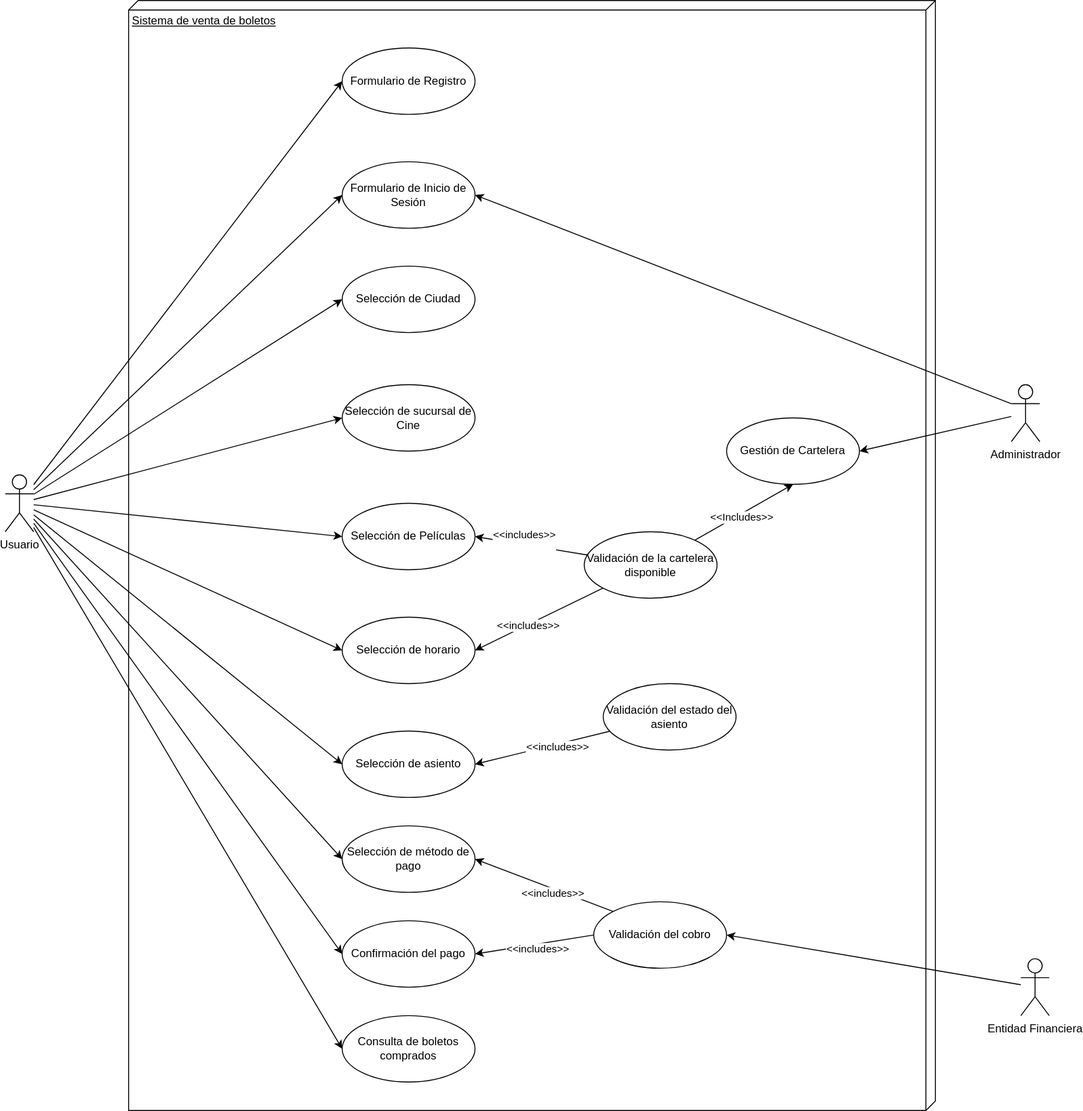
The draw.io diagram Practica1/Doc/Vistas4+1/img/Practica1-Vista-Escenarios.drawio.svg in matiuuh/SA_PRACTICA_G10, before a commit. Source tidied: cells renumbered, new cells last; positions are measured from the earlier drawing's top-left corner, leaving out a move shared by most shapes. The source it was exported from:
```xml
<mxGraphModel>
  <root>
    <mxCell id="0" />
    <mxCell id="1" parent="0" />
    <mxCell id="2" value="Usuario" style="shape=umlActor;verticalLabelPosition=bottom;verticalAlign=top;html=1;" parent="1" vertex="1">
      <mxGeometry y="500" width="30" height="60" as="geometry" />
    </mxCell>
    <mxCell id="3" value="Sistema de venta de boletos" style="verticalAlign=top;align=left;spacingTop=8;spacingLeft=2;spacingRight=12;shape=cube;size=10;direction=south;fontStyle=4;html=1;whiteSpace=wrap;" parent="1" vertex="1">
      <mxGeometry x="130" width="850" height="1170" as="geometry" />
    </mxCell>
    <mxCell id="4" value="Formulario de Inicio de Sesión" style="ellipse;whiteSpace=wrap;html=1;" parent="1" vertex="1">
      <mxGeometry x="355" y="170" width="140" height="70" as="geometry" />
    </mxCell>
    <mxCell id="5" style="rounded=0;jettySize=auto;html=1;entryX=0;entryY=0.5;entryDx=0;entryDy=0;" parent="1" edge="1" source="2" target="4">
      <mxGeometry relative="1" as="geometry" />
    </mxCell>
    <mxCell id="6" value="Selección de Ciudad" style="ellipse;whiteSpace=wrap;html=1;" parent="1" vertex="1">
      <mxGeometry x="355" y="280" width="140" height="70" as="geometry" />
    </mxCell>
    <mxCell id="7" value="Selección de sucursal de Cine" style="ellipse;whiteSpace=wrap;html=1;" parent="1" vertex="1">
      <mxGeometry x="355" y="405" width="140" height="70" as="geometry" />
    </mxCell>
    <mxCell id="8" value="Selección de Películas" style="ellipse;whiteSpace=wrap;html=1;" parent="1" vertex="1">
      <mxGeometry x="355" y="530" width="140" height="70" as="geometry" />
    </mxCell>
    <mxCell id="9" value="Selección de horario" style="ellipse;whiteSpace=wrap;html=1;" parent="1" vertex="1">
      <mxGeometry x="355" y="650" width="140" height="70" as="geometry" />
    </mxCell>
    <mxCell id="10" value="Selección de asiento" style="ellipse;whiteSpace=wrap;html=1;" parent="1" vertex="1">
      <mxGeometry x="355" y="770" width="140" height="70" as="geometry" />
    </mxCell>
    <mxCell id="11" value="Selección de método de pago" style="ellipse;whiteSpace=wrap;html=1;" parent="1" vertex="1">
      <mxGeometry x="355" y="870" width="140" height="70" as="geometry" />
    </mxCell>
    <mxCell id="12" value="Confirmación del pago" style="ellipse;whiteSpace=wrap;html=1;" parent="1" vertex="1">
      <mxGeometry x="355" y="970" width="140" height="70" as="geometry" />
    </mxCell>
    <mxCell id="13" value="Formulario de Registro" style="ellipse;whiteSpace=wrap;html=1;" parent="1" vertex="1">
      <mxGeometry x="355" y="50" width="140" height="70" as="geometry" />
    </mxCell>
    <mxCell id="14" style="rounded=0;jettySize=auto;html=1;entryX=0;entryY=0.5;entryDx=0;entryDy=0;" parent="1" edge="1" source="2" target="13">
      <mxGeometry relative="1" as="geometry" />
    </mxCell>
    <mxCell id="15" style="rounded=0;jettySize=auto;html=1;entryX=0;entryY=0.5;entryDx=0;entryDy=0;" parent="1" edge="1" source="2" target="6">
      <mxGeometry relative="1" as="geometry" />
    </mxCell>
    <mxCell id="16" style="rounded=0;jettySize=auto;html=1;entryX=0;entryY=0.5;entryDx=0;entryDy=0;" parent="1" edge="1" source="2" target="7">
      <mxGeometry relative="1" as="geometry" />
    </mxCell>
    <mxCell id="17" style="rounded=0;jettySize=auto;html=1;entryX=0;entryY=0.5;entryDx=0;entryDy=0;" parent="1" edge="1" source="2" target="8">
      <mxGeometry relative="1" as="geometry" />
    </mxCell>
    <mxCell id="18" style="rounded=0;jettySize=auto;html=1;entryX=0;entryY=0.5;entryDx=0;entryDy=0;" parent="1" edge="1" source="2" target="9">
      <mxGeometry relative="1" as="geometry" />
    </mxCell>
    <mxCell id="19" style="rounded=0;jettySize=auto;html=1;entryX=0;entryY=0.5;entryDx=0;entryDy=0;" parent="1" edge="1" source="2" target="10">
      <mxGeometry relative="1" as="geometry" />
    </mxCell>
    <mxCell id="20" style="rounded=0;jettySize=auto;html=1;entryX=0;entryY=0.5;entryDx=0;entryDy=0;" parent="1" edge="1" source="2" target="11">
      <mxGeometry relative="1" as="geometry" />
    </mxCell>
    <mxCell id="21" style="rounded=0;jettySize=auto;html=1;entryX=0;entryY=0.5;entryDx=0;entryDy=0;" parent="1" edge="1" source="2" target="12">
      <mxGeometry relative="1" as="geometry" />
    </mxCell>
    <mxCell id="22" value="Consulta de boletos comprados" style="ellipse;whiteSpace=wrap;html=1;" parent="1" vertex="1">
      <mxGeometry x="355" y="1070" width="140" height="70" as="geometry" />
    </mxCell>
    <mxCell id="23" style="rounded=0;jettySize=auto;html=1;entryX=0;entryY=0.5;entryDx=0;entryDy=0;" parent="1" edge="1" source="2" target="22">
      <mxGeometry relative="1" as="geometry" />
    </mxCell>
    <mxCell id="24" style="rounded=0;jettySize=auto;html=1;entryX=1;entryY=0.5;entryDx=0;entryDy=0;" parent="1" edge="1" source="26" target="10">
      <mxGeometry relative="1" as="geometry" />
    </mxCell>
    <mxCell id="25" value="&amp;lt;&amp;lt;includes&amp;gt;&amp;gt;" style="edgeLabel;html=1;align=center;verticalAlign=middle;" parent="24" vertex="1">
      <mxGeometry x="-0.21" y="2" relative="1" as="geometry" />
    </mxCell>
    <mxCell id="26" value="Validación del estado del asiento" style="ellipse;whiteSpace=wrap;html=1;" parent="1" vertex="1">
      <mxGeometry x="630" y="720" width="140" height="70" as="geometry" />
    </mxCell>
    <mxCell id="27" style="rounded=0;jettySize=auto;html=1;entryX=1;entryY=0.5;entryDx=0;entryDy=0;" parent="1" edge="1" source="33" target="8">
      <mxGeometry relative="1" as="geometry" />
    </mxCell>
    <mxCell id="28" value="&amp;lt;&amp;lt;includes&amp;gt;&amp;gt;&lt;div&gt;&lt;br&gt;&lt;/div&gt;" style="edgeLabel;html=1;align=center;verticalAlign=middle;" parent="27" vertex="1">
      <mxGeometry x="0.16" y="-4" relative="1" as="geometry" />
    </mxCell>
    <mxCell id="29" style="rounded=0;jettySize=auto;html=1;entryX=1;entryY=0.5;entryDx=0;entryDy=0;" parent="1" edge="1" source="33" target="9">
      <mxGeometry relative="1" as="geometry" />
    </mxCell>
    <mxCell id="30" value="&amp;lt;&amp;lt;includes&amp;gt;&amp;gt;" style="edgeLabel;html=1;align=center;verticalAlign=middle;" parent="29" vertex="1">
      <mxGeometry x="0.18" relative="1" as="geometry" />
    </mxCell>
    <mxCell id="31" style="rounded=0;jettySize=auto;html=1;entryX=0.5;entryY=1;entryDx=0;entryDy=0;" parent="1" edge="1" source="33" target="41">
      <mxGeometry relative="1" as="geometry" />
    </mxCell>
    <mxCell id="32" value="&amp;lt;&amp;lt;Includes&amp;gt;&amp;gt;" style="edgeLabel;html=1;align=center;verticalAlign=middle;" parent="31" vertex="1">
      <mxGeometry x="-0.09" y="-3" relative="1" as="geometry" />
    </mxCell>
    <mxCell id="33" value="Validación de la cartelera disponible" style="ellipse;whiteSpace=wrap;html=1;" parent="1" vertex="1">
      <mxGeometry x="610" y="560" width="140" height="70" as="geometry" />
    </mxCell>
    <mxCell id="34" style="rounded=0;jettySize=auto;html=1;exitX=0;exitY=0;exitDx=0;exitDy=0;entryX=1;entryY=0.5;entryDx=0;entryDy=0;" parent="1" edge="1" source="38" target="11">
      <mxGeometry relative="1" as="geometry" />
    </mxCell>
    <mxCell id="35" value="&amp;lt;&amp;lt;includes&amp;gt;&amp;gt;" style="edgeLabel;html=1;align=center;verticalAlign=middle;" parent="34" vertex="1">
      <mxGeometry x="-0.14" y="4" relative="1" as="geometry" />
    </mxCell>
    <mxCell id="36" style="rounded=0;jettySize=auto;html=1;exitX=0;exitY=0.5;exitDx=0;exitDy=0;entryX=1;entryY=0.5;entryDx=0;entryDy=0;" parent="1" edge="1" source="38" target="12">
      <mxGeometry relative="1" as="geometry" />
    </mxCell>
    <mxCell id="37" value="&amp;lt;&amp;lt;includes&amp;gt;&amp;gt;" style="edgeLabel;html=1;align=center;verticalAlign=middle;" parent="36" vertex="1">
      <mxGeometry x="-0.02" y="4" relative="1" as="geometry">
        <mxPoint x="1" as="offset" />
      </mxGeometry>
    </mxCell>
    <mxCell id="38" value="Validación del cobro" style="ellipse;whiteSpace=wrap;html=1;" parent="1" vertex="1">
      <mxGeometry x="620" y="950" width="140" height="70" as="geometry" />
    </mxCell>
    <mxCell id="39" style="rounded=0;jettySize=auto;html=1;entryX=1;entryY=0.5;entryDx=0;entryDy=0;" parent="1" edge="1" source="40" target="38">
      <mxGeometry relative="1" as="geometry" />
    </mxCell>
    <mxCell id="40" value="Entidad Financiera" style="shape=umlActor;verticalLabelPosition=bottom;verticalAlign=top;html=1;outlineConnect=0;" parent="1" vertex="1">
      <mxGeometry x="1070" y="1010" width="30" height="60" as="geometry" />
    </mxCell>
    <mxCell id="41" value="Gestión de Cartelera" style="ellipse;whiteSpace=wrap;html=1;" parent="1" vertex="1">
      <mxGeometry x="760" y="440" width="140" height="70" as="geometry" />
    </mxCell>
    <mxCell id="42" style="rounded=0;jettySize=auto;html=1;exitX=0;exitY=0.3333333333333333;exitDx=0;exitDy=0;exitPerimeter=0;entryX=1;entryY=0.5;entryDx=0;entryDy=0;" parent="1" edge="1" source="44" target="4">
      <mxGeometry relative="1" as="geometry" />
    </mxCell>
    <mxCell id="43" style="rounded=0;jettySize=auto;html=1;entryX=1;entryY=0.5;entryDx=0;entryDy=0;" parent="1" edge="1" source="44" target="41">
      <mxGeometry relative="1" as="geometry" />
    </mxCell>
    <mxCell id="44" value="Administrador" style="shape=umlActor;verticalLabelPosition=bottom;verticalAlign=top;html=1;" parent="1" vertex="1">
      <mxGeometry x="1060" y="405" width="30" height="60" as="geometry" />
    </mxCell>
  </root>
</mxGraphModel>
```
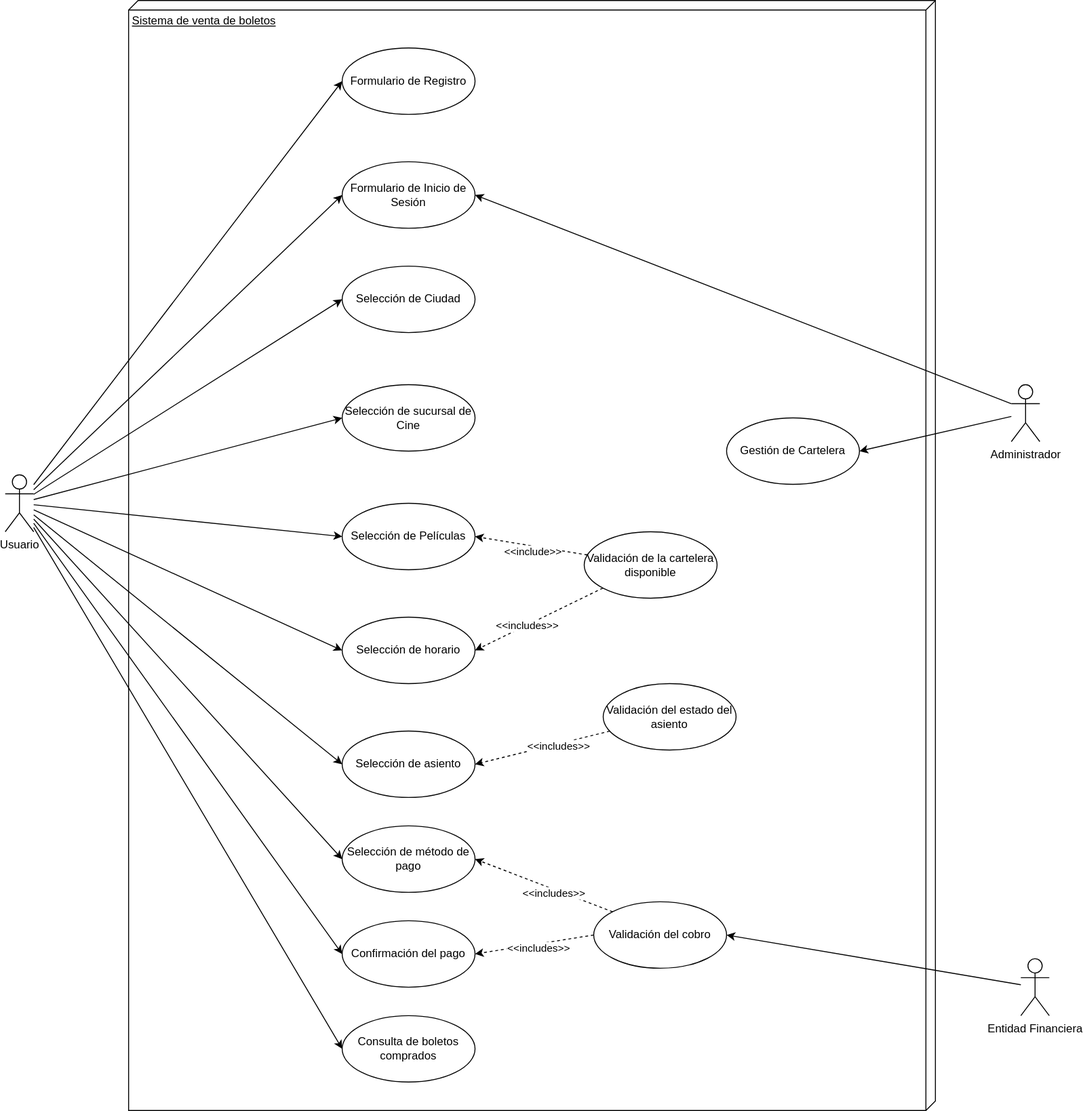
Above is the later version.

Change to the diagram source:
```diff
@@ -68,7 +68,7 @@
     <mxCell id="23" style="rounded=0;jettySize=auto;html=1;entryX=0;entryY=0.5;entryDx=0;entryDy=0;" parent="1" edge="1" source="2" target="22">
       <mxGeometry relative="1" as="geometry" />
     </mxCell>
-    <mxCell id="24" style="rounded=0;jettySize=auto;html=1;entryX=1;entryY=0.5;entryDx=0;entryDy=0;" parent="1" edge="1" source="26" target="10">
+    <mxCell id="24" style="rounded=0;jettySize=auto;html=1;entryX=1;entryY=0.5;entryDx=0;entryDy=0;dashed=1;" parent="1" edge="1" source="26" target="10">
       <mxGeometry relative="1" as="geometry" />
     </mxCell>
     <mxCell id="25" value="&amp;lt;&amp;lt;includes&amp;gt;&amp;gt;" style="edgeLabel;html=1;align=center;verticalAlign=middle;" parent="24" vertex="1">
@@ -77,34 +77,30 @@
     <mxCell id="26" value="Validación del estado del asiento" style="ellipse;whiteSpace=wrap;html=1;" parent="1" vertex="1">
       <mxGeometry x="630" y="720" width="140" height="70" as="geometry" />
     </mxCell>
-    <mxCell id="27" style="rounded=0;jettySize=auto;html=1;entryX=1;entryY=0.5;entryDx=0;entryDy=0;" parent="1" edge="1" source="33" target="8">
+    <mxCell id="27" style="rounded=0;jettySize=auto;html=1;entryX=1;entryY=0.5;entryDx=0;entryDy=0;dashed=1;" parent="1" edge="1" source="33" target="8">
       <mxGeometry relative="1" as="geometry" />
     </mxCell>
-    <mxCell id="28" value="&amp;lt;&amp;lt;includes&amp;gt;&amp;gt;&lt;div&gt;&lt;br&gt;&lt;/div&gt;" style="edgeLabel;html=1;align=center;verticalAlign=middle;" parent="27" vertex="1">
-      <mxGeometry x="0.16" y="-4" relative="1" as="geometry" />
+    <mxCell id="28" value="&amp;lt;&amp;lt;include&amp;gt;&amp;gt;" style="edgeLabel;html=1;align=center;verticalAlign=middle;" parent="27" vertex="1">
+      <mxGeometry x="0.16" y="-4" relative="1" as="geometry">
+        <mxPoint x="10" y="11" as="offset" />
+      </mxGeometry>
     </mxCell>
-    <mxCell id="29" style="rounded=0;jettySize=auto;html=1;entryX=1;entryY=0.5;entryDx=0;entryDy=0;" parent="1" edge="1" source="33" target="9">
+    <mxCell id="29" style="rounded=0;jettySize=auto;html=1;entryX=1;entryY=0.5;entryDx=0;entryDy=0;dashed=1;" parent="1" edge="1" source="33" target="9">
       <mxGeometry relative="1" as="geometry" />
     </mxCell>
     <mxCell id="30" value="&amp;lt;&amp;lt;includes&amp;gt;&amp;gt;" style="edgeLabel;html=1;align=center;verticalAlign=middle;" parent="29" vertex="1">
       <mxGeometry x="0.18" relative="1" as="geometry" />
     </mxCell>
-    <mxCell id="31" style="rounded=0;jettySize=auto;html=1;entryX=0.5;entryY=1;entryDx=0;entryDy=0;" parent="1" edge="1" source="33" target="41">
-      <mxGeometry relative="1" as="geometry" />
-    </mxCell>
-    <mxCell id="32" value="&amp;lt;&amp;lt;Includes&amp;gt;&amp;gt;" style="edgeLabel;html=1;align=center;verticalAlign=middle;" parent="31" vertex="1">
-      <mxGeometry x="-0.09" y="-3" relative="1" as="geometry" />
-    </mxCell>
     <mxCell id="33" value="Validación de la cartelera disponible" style="ellipse;whiteSpace=wrap;html=1;" parent="1" vertex="1">
       <mxGeometry x="610" y="560" width="140" height="70" as="geometry" />
     </mxCell>
-    <mxCell id="34" style="rounded=0;jettySize=auto;html=1;exitX=0;exitY=0;exitDx=0;exitDy=0;entryX=1;entryY=0.5;entryDx=0;entryDy=0;" parent="1" edge="1" source="38" target="11">
+    <mxCell id="34" style="rounded=0;jettySize=auto;html=1;exitX=0;exitY=0;exitDx=0;exitDy=0;entryX=1;entryY=0.5;entryDx=0;entryDy=0;dashed=1;" parent="1" edge="1" source="38" target="11">
       <mxGeometry relative="1" as="geometry" />
     </mxCell>
     <mxCell id="35" value="&amp;lt;&amp;lt;includes&amp;gt;&amp;gt;" style="edgeLabel;html=1;align=center;verticalAlign=middle;" parent="34" vertex="1">
       <mxGeometry x="-0.14" y="4" relative="1" as="geometry" />
     </mxCell>
-    <mxCell id="36" style="rounded=0;jettySize=auto;html=1;exitX=0;exitY=0.5;exitDx=0;exitDy=0;entryX=1;entryY=0.5;entryDx=0;entryDy=0;" parent="1" edge="1" source="38" target="12">
+    <mxCell id="36" style="rounded=0;jettySize=auto;html=1;exitX=0;exitY=0.5;exitDx=0;exitDy=0;entryX=1;entryY=0.5;entryDx=0;entryDy=0;dashed=1;" parent="1" edge="1" source="38" target="12">
       <mxGeometry relative="1" as="geometry" />
     </mxCell>
     <mxCell id="37" value="&amp;lt;&amp;lt;includes&amp;gt;&amp;gt;" style="edgeLabel;html=1;align=center;verticalAlign=middle;" parent="36" vertex="1">
```
